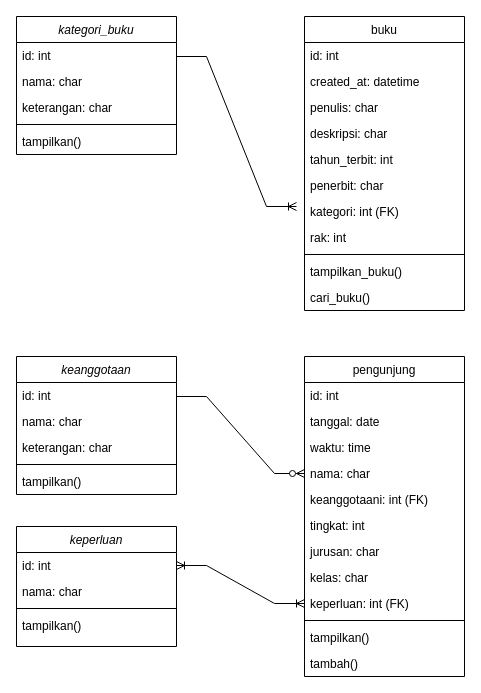
Above: diagramclass-perpus.drawio in Ifattt/tefa-perpus-digital (draw.io), before the change. Source tidied: cells renumbered, new cells numbered last; positions are measured from the earlier drawing's top-left corner, leaving out a move shared by most shapes. Both pictures are drawn from the tidied source at 100%, with x=0, y=0 at pixel (16, 16).
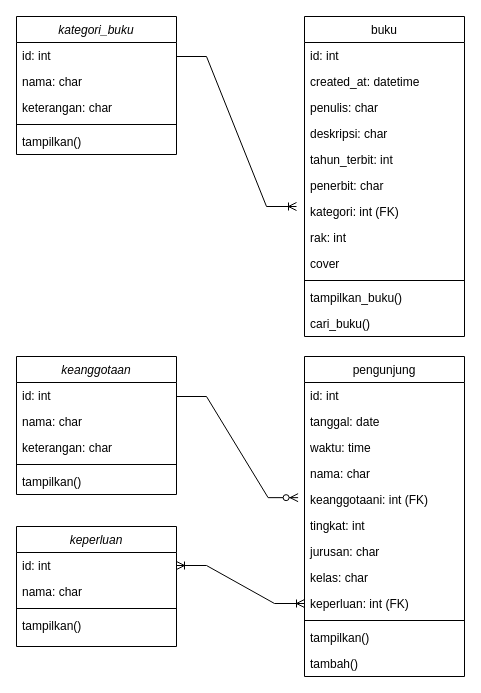
Above is the later version.

Unchanged cells that the change refers to:
```xml
<mxCell id="31" value="keanggotaani: int (FK)" style="text;align=left;verticalAlign=top;spacingLeft=4;spacingRight=4;overflow=hidden;points=[[0,0.5],[1,0.5]];portConstraint=eastwest;rounded=0;shadow=0;html=0;" parent="26" vertex="1">
  <mxGeometry y="130" width="160" height="26" as="geometry" />
</mxCell>
```

Change to the diagram source:
```diff
@@
     <mxCell id="8" value="buku" style="swimlane;fontStyle=0;align=center;verticalAlign=top;horizontal=1;startSize=26;rounded=0;shadow=0;strokeWidth=1;" parent="1" vertex="1">
-      <mxGeometry x="288" width="160" height="294" as="geometry" />
+      <mxGeometry x="288" width="160" height="320" as="geometry" />
     </mxCell>
@@
+    <mxCell id="47" value="cover" style="text;align=left;verticalAlign=top;spacingLeft=4;spacingRight=4;overflow=hidden;rounded=0;shadow=0;html=0;" parent="8" vertex="1">
+      <mxGeometry y="234" width="160" height="26" as="geometry" />
+    </mxCell>
     <mxCell id="17" style="line;html=1;strokeWidth=1;align=left;verticalAlign=middle;spacingTop=-1;spacingLeft=3;spacingRight=3;labelPosition=right;" parent="8" vertex="1">
-      <mxGeometry y="234" width="160" height="8" as="geometry" />
+      <mxGeometry y="260" width="160" height="8" as="geometry" />
     </mxCell>
     <mxCell id="18" value="tampilkan_buku()" style="text;align=left;verticalAlign=top;spacingLeft=4;spacingRight=4;overflow=hidden;" parent="8" vertex="1">
-      <mxGeometry y="242" width="160" height="26" as="geometry" />
+      <mxGeometry y="268" width="160" height="26" as="geometry" />
     </mxCell>
     <mxCell id="19" value="cari_buku()" style="text;align=left;verticalAlign=top;spacingLeft=4;spacingRight=4;overflow=hidden;" parent="8" vertex="1">
-      <mxGeometry y="268" width="160" height="26" as="geometry" />
+      <mxGeometry y="294" width="160" height="26" as="geometry" />
     </mxCell>
@@
-    <mxCell id="45" style="edgeStyle=entityRelationEdgeStyle;fontSize=12;html=1;endArrow=ERzeroToMany;endFill=1;rounded=0;entryX=0;entryY=0.5;entryDx=0;entryDy=0;" parent="1" edge="1">
+    <mxCell id="45" style="edgeStyle=entityRelationEdgeStyle;fontSize=12;html=1;endArrow=ERzeroToMany;endFill=1;rounded=0;entryX=-0.04;entryY=0.429;entryDx=0;entryDy=0;entryPerimeter=0;" parent="1" edge="1" target="31">
       <mxGeometry relative="1" as="geometry">
         <mxPoint x="160" y="380" as="sourcePoint" />
-        <mxPoint x="288" y="457" as="targetPoint" />
       </mxGeometry>
     </mxCell>
```
